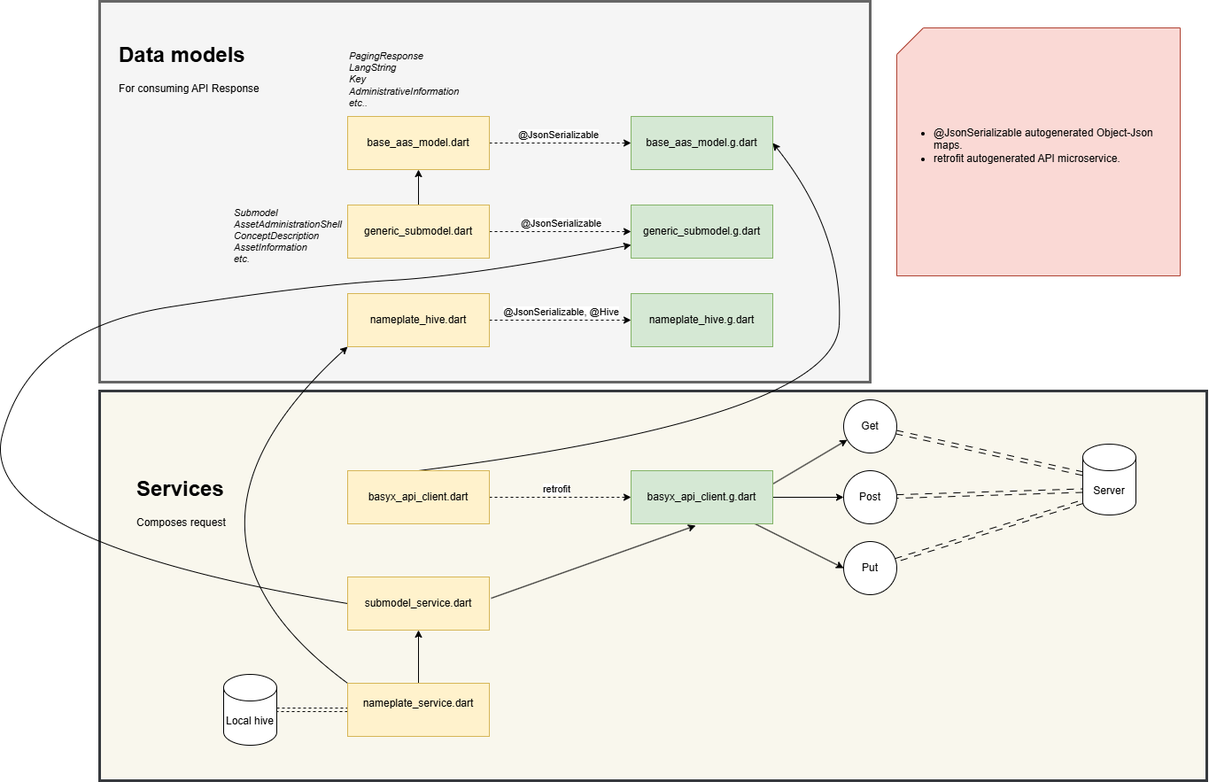
Before: lib/service.png, a diagram exported from draw.io (thangible/dpp). Source tidied: cells renumbered, new cells last; positions are measured from the earlier drawing's top-left corner, leaving out a move shared by most shapes. Its diagram source:
```xml
<mxGraphModel>
  <root>
    <mxCell id="0" />
    <mxCell id="1" parent="0" />
    <mxCell id="2" style="rounded=0;whiteSpace=wrap;html=1;fillColor=#f9f7ed;strokeColor=#36393d;strokeWidth=3;" parent="1" vertex="1">
      <mxGeometry x="140" y="440" width="1250" height="440" as="geometry" />
    </mxCell>
    <mxCell id="3" style="rounded=0;whiteSpace=wrap;html=1;fillColor=#f5f5f5;strokeColor=#666666;strokeWidth=3;fontColor=#333333;" parent="1" vertex="1">
      <mxGeometry x="140" width="870" height="430" as="geometry" />
    </mxCell>
    <mxCell id="4" style="edgeStyle=none;html=1;dashed=1;entryX=0;entryY=0.5;entryDx=0;entryDy=0;" parent="1" edge="1" source="6" target="7">
      <mxGeometry relative="1" as="geometry" />
    </mxCell>
    <mxCell id="5" value="@JsonSerializable" style="edgeLabel;html=1;align=center;verticalAlign=middle;" parent="4" vertex="1">
      <mxGeometry x="-0.12" relative="1" as="geometry">
        <mxPoint x="7" y="-10" as="offset" />
      </mxGeometry>
    </mxCell>
    <mxCell id="6" value="base_aas_model.dart" style="rounded=0;whiteSpace=wrap;html=1;fillColor=#fff2cc;strokeColor=#d6b656;" parent="1" vertex="1">
      <mxGeometry x="420" y="130" width="160" height="60" as="geometry" />
    </mxCell>
    <mxCell id="7" value="base_aas_model.g.dart" style="rounded=0;whiteSpace=wrap;html=1;fillColor=#d5e8d4;strokeColor=#82b366;" parent="1" vertex="1">
      <mxGeometry x="740" y="130" width="160" height="60" as="geometry" />
    </mxCell>
    <mxCell id="8" style="edgeStyle=none;html=1;entryX=0;entryY=0.5;entryDx=0;entryDy=0;dashed=1;" parent="1" edge="1" source="13" target="14">
      <mxGeometry relative="1" as="geometry" />
    </mxCell>
    <mxCell id="9" value="&lt;span style=&quot;font-family: monospace; font-size: 0px; text-align: start; background-color: rgb(251, 251, 251);&quot;&gt;%3CmxGraphModel%3E%3Croot%3E%3CmxCell%20id%3D%220%22%2F%3E%3CmxCell%20id%3D%221%22%20parent%3D%220%22%2F%3E%3CmxCell%20id%3D%222%22%20value%3D%22%40JsonSerializable%22%20style%3D%22text%3Bhtml%3D1%3Balign%3Dcenter%3BverticalAlign%3Dmiddle%3Bresizable%3D0%3Bpoints%3D%5B%5D%3Bautosize%3D1%3BstrokeColor%3Dnone%3BfillColor%3Dnone%3BstrokeWidth%3D0%3B%22%20vertex%3D%221%22%20parent%3D%221%22%3E%3CmxGeometry%20x%3D%22425%22%20y%3D%22420%22%20width%3D%22180%22%20height%3D%2240%22%20as%3D%22geometry%22%2F%3E%3C%2FmxCell%3E%3C%2Froot%3E%3C%2FmxGraphModel%3E&lt;/span&gt;" style="edgeLabel;html=1;align=center;verticalAlign=middle;" parent="8" vertex="1">
      <mxGeometry x="0.09" y="2" relative="1" as="geometry" />
    </mxCell>
    <mxCell id="10" value="&lt;span style=&quot;font-family: monospace; font-size: 0px; text-align: start; background-color: rgb(251, 251, 251);&quot;&gt;%3CmxGraphModel%3E%3Croot%3E%3CmxCell%20id%3D%220%22%2F%3E%3CmxCell%20id%3D%221%22%20parent%3D%220%22%2F%3E%3CmxCell%20id%3D%222%22%20value%3D%22%26lt%3Bspan%20style%3D%26quot%3Bcolor%3A%20rgb(0%2C%200%2C%200)%3B%20font-size%3A%2012px%3B%20background-color%3A%20rgb(251%2C%20251%2C%20251)%3B%26quot%3B%26gt%3B%40JsonSerializable%26lt%3B%2Fspan%26gt%3B%22%20style%3D%22edgeLabel%3Bhtml%3D1%3Balign%3Dcenter%3BverticalAlign%3Dmiddle%3Bresizable%3D0%3Bpoints%3D%5B%5D%3B%22%20vertex%3D%221%22%20connectable%3D%220%22%20parent%3D%221%22%3E%3CmxGeometry%20x%3D%22518%22%20y%3D%22350%22%20as%3D%22geometry%22%2F%3E%3C%2FmxCell%3E%3C%2Froot%3E%3C%2FmxGraphModel%3E&lt;/span&gt;" style="edgeLabel;html=1;align=center;verticalAlign=middle;" parent="8" vertex="1">
      <mxGeometry x="-0.19" relative="1" as="geometry" />
    </mxCell>
    <mxCell id="11" value="@JsonSerializable" style="edgeLabel;html=1;align=center;verticalAlign=middle;" parent="8" vertex="1">
      <mxGeometry x="-0.2" y="-1" relative="1" as="geometry">
        <mxPoint x="16" y="-11" as="offset" />
      </mxGeometry>
    </mxCell>
    <mxCell id="12" style="edgeStyle=none;html=1;entryX=0.5;entryY=1;entryDx=0;entryDy=0;" parent="1" edge="1" source="13" target="6">
      <mxGeometry relative="1" as="geometry" />
    </mxCell>
    <mxCell id="13" value="generic_submodel.dart" style="rounded=0;whiteSpace=wrap;html=1;fillColor=#fff2cc;strokeColor=#d6b656;" parent="1" vertex="1">
      <mxGeometry x="420" y="230" width="160" height="60" as="geometry" />
    </mxCell>
    <mxCell id="14" value="&lt;span style=&quot;color: rgb(0, 0, 0);&quot;&gt;generic_submodel&lt;/span&gt;.g.dart" style="rounded=0;whiteSpace=wrap;html=1;fillColor=#d5e8d4;strokeColor=#82b366;" parent="1" vertex="1">
      <mxGeometry x="740" y="230" width="160" height="60" as="geometry" />
    </mxCell>
    <mxCell id="15" style="edgeStyle=none;html=1;entryX=0;entryY=0.5;entryDx=0;entryDy=0;dashed=1;" parent="1" edge="1" source="18" target="22">
      <mxGeometry relative="1" as="geometry" />
    </mxCell>
    <mxCell id="16" value="retrofit" style="edgeLabel;html=1;align=center;verticalAlign=middle;" parent="15" vertex="1">
      <mxGeometry x="-0.25" y="3" relative="1" as="geometry">
        <mxPoint x="15" y="-7" as="offset" />
      </mxGeometry>
    </mxCell>
    <mxCell id="17" style="edgeStyle=none;html=1;entryX=1;entryY=0.5;entryDx=0;entryDy=0;rounded=0;curved=1;exitX=0.5;exitY=0;exitDx=0;exitDy=0;" parent="1" edge="1" source="18" target="7">
      <mxGeometry relative="1" as="geometry">
        <Array as="points">
          <mxPoint x="970" y="470" />
          <mxPoint x="980" y="260" />
        </Array>
      </mxGeometry>
    </mxCell>
    <mxCell id="18" value="basyx_api_client.dart" style="rounded=0;whiteSpace=wrap;html=1;fillColor=#fff2cc;strokeColor=#d6b656;" parent="1" vertex="1">
      <mxGeometry x="420" y="530" width="160" height="60" as="geometry" />
    </mxCell>
    <mxCell id="19" style="edgeStyle=none;html=1;exitX=1;exitY=0.25;exitDx=0;exitDy=0;" parent="1" edge="1" source="22" target="27">
      <mxGeometry relative="1" as="geometry" />
    </mxCell>
    <mxCell id="20" style="edgeStyle=none;html=1;entryX=0;entryY=0.5;entryDx=0;entryDy=0;exitX=1;exitY=0.5;exitDx=0;exitDy=0;" parent="1" edge="1" source="22" target="28">
      <mxGeometry relative="1" as="geometry" />
    </mxCell>
    <mxCell id="21" style="edgeStyle=none;html=1;entryX=0;entryY=0.5;entryDx=0;entryDy=0;" parent="1" edge="1" source="22" target="29">
      <mxGeometry relative="1" as="geometry" />
    </mxCell>
    <mxCell id="22" value="&lt;span style=&quot;color: rgb(0, 0, 0);&quot;&gt;basyx_api_client&lt;/span&gt;.g.dart" style="rounded=0;whiteSpace=wrap;html=1;fillColor=#d5e8d4;strokeColor=#82b366;" parent="1" vertex="1">
      <mxGeometry x="740" y="530" width="160" height="60" as="geometry" />
    </mxCell>
    <mxCell id="23" style="edgeStyle=none;html=1;entryX=0.456;entryY=1.033;entryDx=0;entryDy=0;exitX=1.013;exitY=0.4;exitDx=0;exitDy=0;exitPerimeter=0;entryPerimeter=0;" parent="1" edge="1" source="25" target="22">
      <mxGeometry relative="1" as="geometry" />
    </mxCell>
    <mxCell id="24" style="edgeStyle=none;html=1;exitX=0;exitY=0.5;exitDx=0;exitDy=0;rounded=0;curved=1;entryX=0;entryY=0.75;entryDx=0;entryDy=0;" parent="1" edge="1" source="25" target="14">
      <mxGeometry relative="1" as="geometry">
        <Array as="points">
          <mxPoint y="610" />
          <mxPoint x="60" y="370" />
          <mxPoint x="380" y="320" />
          <mxPoint x="560" y="310" />
        </Array>
      </mxGeometry>
    </mxCell>
    <mxCell id="25" value="submodel_service.dart" style="rounded=0;whiteSpace=wrap;html=1;fillColor=#fff2cc;strokeColor=#d6b656;" parent="1" vertex="1">
      <mxGeometry x="420" y="650" width="160" height="60" as="geometry" />
    </mxCell>
    <mxCell id="26" style="edgeStyle=none;html=1;shape=link;dashed=1;dashPattern=8 8;" parent="1" edge="1" source="27" target="32">
      <mxGeometry relative="1" as="geometry" />
    </mxCell>
    <mxCell id="27" value="Get" style="ellipse;whiteSpace=wrap;html=1;rounded=0;" parent="1" vertex="1">
      <mxGeometry x="980" y="450" width="60" height="60" as="geometry" />
    </mxCell>
    <mxCell id="28" value="Post" style="ellipse;whiteSpace=wrap;html=1;rounded=0;" parent="1" vertex="1">
      <mxGeometry x="980" y="530" width="60" height="60" as="geometry" />
    </mxCell>
    <mxCell id="29" value="Put" style="ellipse;whiteSpace=wrap;html=1;rounded=0;" parent="1" vertex="1">
      <mxGeometry x="980" y="610" width="60" height="60" as="geometry" />
    </mxCell>
    <mxCell id="30" value="&lt;h1 style=&quot;margin-top: 0px;&quot;&gt;Data models&lt;/h1&gt;&lt;p&gt;For consuming API Response&lt;/p&gt;" style="text;html=1;whiteSpace=wrap;overflow=hidden;rounded=0;" parent="1" vertex="1">
      <mxGeometry x="160" y="40" width="180" height="90" as="geometry" />
    </mxCell>
    <mxCell id="31" value="&lt;h1 style=&quot;margin-top: 0px;&quot;&gt;Services&lt;/h1&gt;&lt;p&gt;Composes request&lt;/p&gt;" style="text;html=1;whiteSpace=wrap;overflow=hidden;rounded=0;" parent="1" vertex="1">
      <mxGeometry x="180" y="530" width="180" height="90" as="geometry" />
    </mxCell>
    <mxCell id="32" value="Server" style="shape=cylinder3;whiteSpace=wrap;html=1;boundedLbl=1;backgroundOutline=1;size=15;" parent="1" vertex="1">
      <mxGeometry x="1250" y="500" width="60" height="80" as="geometry" />
    </mxCell>
    <mxCell id="33" style="edgeStyle=none;html=1;entryX=0;entryY=0;entryDx=0;entryDy=52.5;entryPerimeter=0;dashed=1;dashPattern=8 8;shape=link;" parent="1" edge="1" source="28" target="32">
      <mxGeometry relative="1" as="geometry" />
    </mxCell>
    <mxCell id="34" style="edgeStyle=none;html=1;entryX=0;entryY=1;entryDx=0;entryDy=-15;entryPerimeter=0;shape=link;dashed=1;dashPattern=8 8;" parent="1" edge="1" source="29" target="32">
      <mxGeometry relative="1" as="geometry" />
    </mxCell>
    <mxCell id="35" value="PagingResponse&lt;br&gt;LangString&lt;br&gt;Key&lt;br&gt;AdministrativeInformation&lt;br&gt;etc..&lt;div&gt;&lt;br&gt;&lt;/div&gt;" style="text;html=1;align=left;verticalAlign=middle;whiteSpace=wrap;rounded=0;fontSize=11;fontStyle=2;" parent="1" vertex="1">
      <mxGeometry x="420" y="50" width="200" height="90" as="geometry" />
    </mxCell>
    <mxCell id="36" value="Submodel&lt;br&gt;AssetAdministrationShell&lt;br&gt;ConceptDescription&lt;br&gt;AssetInformation&lt;div&gt;etc.&lt;/div&gt;" style="text;html=1;align=left;verticalAlign=middle;whiteSpace=wrap;rounded=0;fontStyle=2;fontSize=11;" parent="1" vertex="1">
      <mxGeometry x="290" y="220" width="200" height="90" as="geometry" />
    </mxCell>
    <mxCell id="37" value="&lt;ul&gt;&lt;li&gt;@JsonSerializable autogenerated Object-Json maps.&lt;/li&gt;&lt;li&gt;retrofit autogenerated API microservice.&lt;/li&gt;&lt;/ul&gt;&lt;div&gt;&lt;br&gt;&lt;/div&gt;" style="shape=card;whiteSpace=wrap;html=1;fillColor=#fad9d5;align=left;strokeColor=#ae4132;" parent="1" vertex="1">
      <mxGeometry x="1040" y="30" width="320" height="280" as="geometry" />
    </mxCell>
    <mxCell id="38" style="edgeStyle=none;html=1;entryX=0.5;entryY=1;entryDx=0;entryDy=0;" parent="1" edge="1" source="41" target="25">
      <mxGeometry relative="1" as="geometry" />
    </mxCell>
    <mxCell id="39" style="edgeStyle=none;html=1;dashed=1;shape=link;" parent="1" edge="1" source="41" target="42">
      <mxGeometry relative="1" as="geometry" />
    </mxCell>
    <mxCell id="40" style="edgeStyle=none;html=1;entryX=0;entryY=1;entryDx=0;entryDy=0;strokeColor=default;rounded=0;curved=1;exitX=0;exitY=0;exitDx=0;exitDy=0;" parent="1" edge="1" source="41" target="45">
      <mxGeometry relative="1" as="geometry">
        <Array as="points">
          <mxPoint x="190" y="600" />
        </Array>
      </mxGeometry>
    </mxCell>
    <mxCell id="41" value="nameplate_service&lt;span style=&quot;background-color: transparent;&quot;&gt;.dart&lt;/span&gt;&lt;div&gt;&lt;div&gt;&lt;br&gt;&lt;/div&gt;&lt;/div&gt;" style="rounded=0;whiteSpace=wrap;html=1;fillColor=#fff2cc;strokeColor=#d6b656;" parent="1" vertex="1">
      <mxGeometry x="420" y="770" width="160" height="60" as="geometry" />
    </mxCell>
    <mxCell id="42" value="Local hive" style="shape=cylinder3;whiteSpace=wrap;html=1;boundedLbl=1;backgroundOutline=1;size=15;" parent="1" vertex="1">
      <mxGeometry x="280" y="760" width="60" height="80" as="geometry" />
    </mxCell>
    <mxCell id="43" style="edgeStyle=none;html=1;entryX=0;entryY=0.5;entryDx=0;entryDy=0;dashed=1;" parent="1" edge="1" source="45" target="46">
      <mxGeometry relative="1" as="geometry" />
    </mxCell>
    <mxCell id="44" value="@JsonSerializable, @Hive" style="edgeLabel;html=1;align=center;verticalAlign=middle;" parent="43" vertex="1">
      <mxGeometry x="-0.12" y="2" relative="1" as="geometry">
        <mxPoint x="10" y="-8" as="offset" />
      </mxGeometry>
    </mxCell>
    <mxCell id="45" value="nameplate_hive.dart" style="rounded=0;whiteSpace=wrap;html=1;fillColor=#fff2cc;strokeColor=#d6b656;" parent="1" vertex="1">
      <mxGeometry x="420" y="330" width="160" height="60" as="geometry" />
    </mxCell>
    <mxCell id="46" value="&lt;span style=&quot;color: rgb(0, 0, 0);&quot;&gt;nameplate_hive.g.dart&lt;/span&gt;" style="rounded=0;whiteSpace=wrap;html=1;fillColor=#d5e8d4;strokeColor=#82b366;" parent="1" vertex="1">
      <mxGeometry x="740" y="330" width="160" height="60" as="geometry" />
    </mxCell>
  </root>
</mxGraphModel>
```
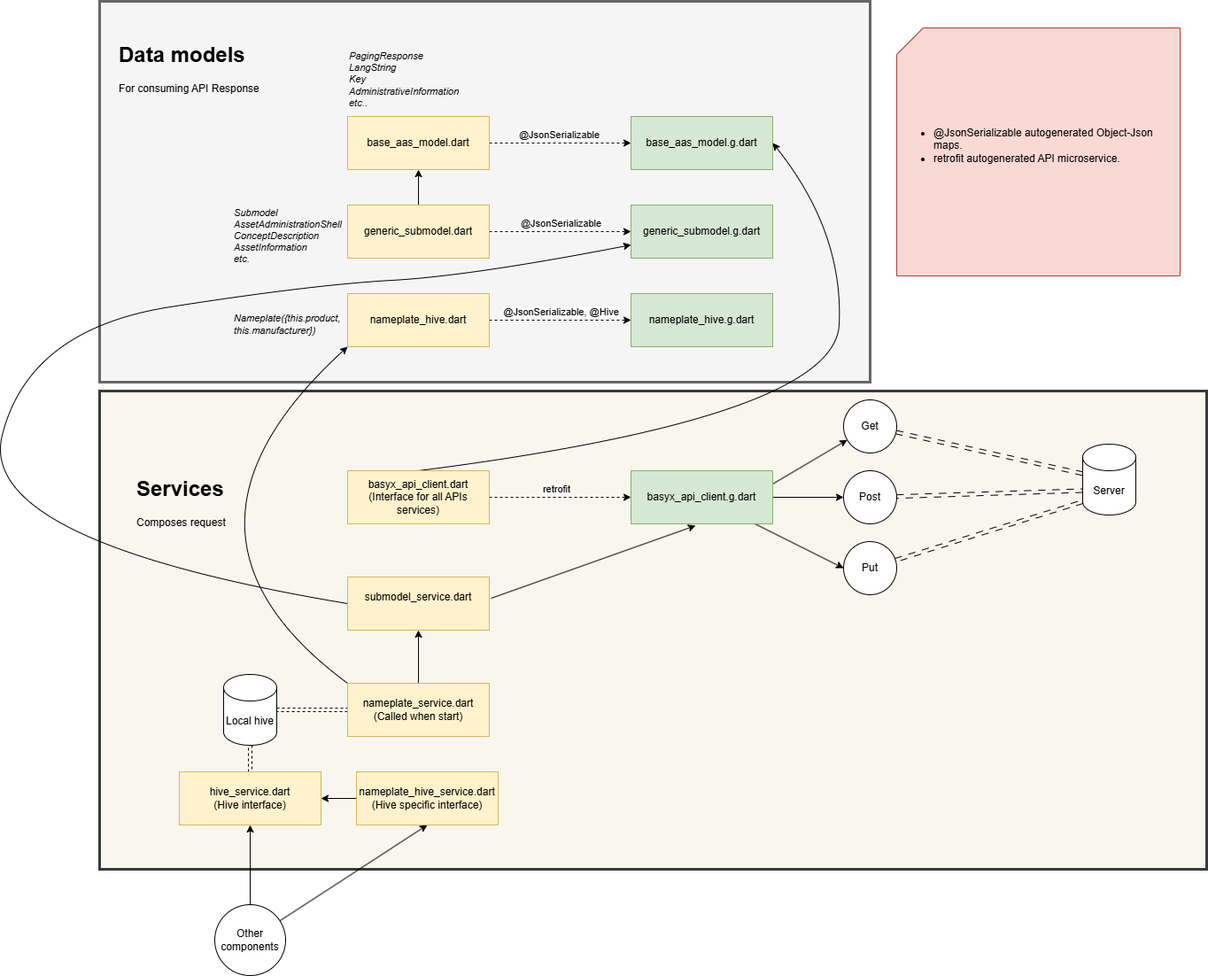
The same file after the commit.

The edit, as a diff of the source:
```diff
@@ -3,7 +3,7 @@
     <mxCell id="0" />
     <mxCell id="1" parent="0" />
     <mxCell id="2" style="rounded=0;whiteSpace=wrap;html=1;fillColor=#f9f7ed;strokeColor=#36393d;strokeWidth=3;" parent="1" vertex="1">
-      <mxGeometry x="140" y="440" width="1250" height="440" as="geometry" />
+      <mxGeometry x="140" y="440" width="1250" height="540" as="geometry" />
     </mxCell>
     <mxCell id="3" style="rounded=0;whiteSpace=wrap;html=1;fillColor=#f5f5f5;strokeColor=#666666;strokeWidth=3;fontColor=#333333;" parent="1" vertex="1">
       <mxGeometry x="140" width="870" height="430" as="geometry" />
@@ -61,7 +61,7 @@
         </Array>
       </mxGeometry>
     </mxCell>
-    <mxCell id="18" value="basyx_api_client.dart" style="rounded=0;whiteSpace=wrap;html=1;fillColor=#fff2cc;strokeColor=#d6b656;" parent="1" vertex="1">
+    <mxCell id="18" value="basyx_api_client.dart&lt;div&gt;(Interface for all APIs services)&lt;/div&gt;" style="rounded=0;whiteSpace=wrap;html=1;fillColor=#fff2cc;strokeColor=#d6b656;" parent="1" vertex="1">
       <mxGeometry x="420" y="530" width="160" height="60" as="geometry" />
     </mxCell>
     <mxCell id="19" style="edgeStyle=none;html=1;exitX=1;exitY=0.25;exitDx=0;exitDy=0;" parent="1" edge="1" source="22" target="27">
@@ -89,7 +89,7 @@
         </Array>
       </mxGeometry>
     </mxCell>
-    <mxCell id="25" value="submodel_service.dart" style="rounded=0;whiteSpace=wrap;html=1;fillColor=#fff2cc;strokeColor=#d6b656;" parent="1" vertex="1">
+    <mxCell id="25" value="submodel_service.dart&lt;div&gt;&lt;br&gt;&lt;/div&gt;" style="rounded=0;whiteSpace=wrap;html=1;fillColor=#fff2cc;strokeColor=#d6b656;" parent="1" vertex="1">
       <mxGeometry x="420" y="650" width="160" height="60" as="geometry" />
     </mxCell>
     <mxCell id="26" style="edgeStyle=none;html=1;shape=link;dashed=1;dashPattern=8 8;" parent="1" edge="1" source="27" target="32">
@@ -141,7 +141,7 @@
         </Array>
       </mxGeometry>
     </mxCell>
-    <mxCell id="41" value="nameplate_service&lt;span style=&quot;background-color: transparent;&quot;&gt;.dart&lt;/span&gt;&lt;div&gt;&lt;div&gt;&lt;br&gt;&lt;/div&gt;&lt;/div&gt;" style="rounded=0;whiteSpace=wrap;html=1;fillColor=#fff2cc;strokeColor=#d6b656;" parent="1" vertex="1">
+    <mxCell id="41" value="nameplate_service&lt;span style=&quot;background-color: transparent;&quot;&gt;.dart&lt;/span&gt;&lt;div&gt;&lt;div&gt;(Called when start)&lt;/div&gt;&lt;/div&gt;" style="rounded=0;whiteSpace=wrap;html=1;fillColor=#fff2cc;strokeColor=#d6b656;" parent="1" vertex="1">
       <mxGeometry x="420" y="770" width="160" height="60" as="geometry" />
     </mxCell>
     <mxCell id="42" value="Local hive" style="shape=cylinder3;whiteSpace=wrap;html=1;boundedLbl=1;backgroundOutline=1;size=15;" parent="1" vertex="1">
@@ -161,5 +161,29 @@
     <mxCell id="46" value="&lt;span style=&quot;color: rgb(0, 0, 0);&quot;&gt;nameplate_hive.g.dart&lt;/span&gt;" style="rounded=0;whiteSpace=wrap;html=1;fillColor=#d5e8d4;strokeColor=#82b366;" parent="1" vertex="1">
       <mxGeometry x="740" y="330" width="160" height="60" as="geometry" />
     </mxCell>
+    <mxCell id="47" style="edgeStyle=none;html=1;shape=link;dashed=1;" parent="1" edge="1" source="48" target="42">
+      <mxGeometry relative="1" as="geometry" />
+    </mxCell>
+    <mxCell id="48" value="hive_service&lt;span style=&quot;background-color: transparent;&quot;&gt;.dart&lt;/span&gt;&lt;div&gt;&lt;div&gt;(Hive interface)&lt;/div&gt;&lt;/div&gt;" style="rounded=0;whiteSpace=wrap;html=1;fillColor=#fff2cc;strokeColor=#d6b656;" parent="1" vertex="1">
+      <mxGeometry x="230" y="870" width="160" height="60" as="geometry" />
+    </mxCell>
+    <mxCell id="49" style="edgeStyle=none;html=1;entryX=0.5;entryY=1;entryDx=0;entryDy=0;" parent="1" edge="1" source="51" target="48">
+      <mxGeometry relative="1" as="geometry" />
+    </mxCell>
+    <mxCell id="50" style="edgeStyle=none;html=1;entryX=0.5;entryY=1;entryDx=0;entryDy=0;" parent="1" edge="1" source="51" target="53">
+      <mxGeometry relative="1" as="geometry" />
+    </mxCell>
+    <mxCell id="51" value="Other components" style="ellipse;whiteSpace=wrap;html=1;" parent="1" vertex="1">
+      <mxGeometry x="270" y="1020" width="80" height="80" as="geometry" />
+    </mxCell>
+    <mxCell id="52" style="edgeStyle=none;html=1;" parent="1" edge="1" source="53" target="48">
+      <mxGeometry relative="1" as="geometry" />
+    </mxCell>
+    <mxCell id="53" value="nameplate_hive_service&lt;span style=&quot;background-color: transparent;&quot;&gt;.dart&lt;/span&gt;&lt;div&gt;&lt;div&gt;(Hive specific interface)&lt;/div&gt;&lt;/div&gt;" style="rounded=0;whiteSpace=wrap;html=1;fillColor=#fff2cc;strokeColor=#d6b656;" parent="1" vertex="1">
+      <mxGeometry x="430" y="870" width="160" height="60" as="geometry" />
+    </mxCell>
+    <mxCell id="54" value="Nameplate({this.product,&amp;nbsp;&lt;div&gt;this.manufacturer})&lt;/div&gt;" style="text;html=1;align=left;verticalAlign=middle;whiteSpace=wrap;rounded=0;fontStyle=2;fontSize=11;" parent="1" vertex="1">
+      <mxGeometry x="290" y="330" width="200" height="70" as="geometry" />
+    </mxCell>
   </root>
 </mxGraphModel>
```
